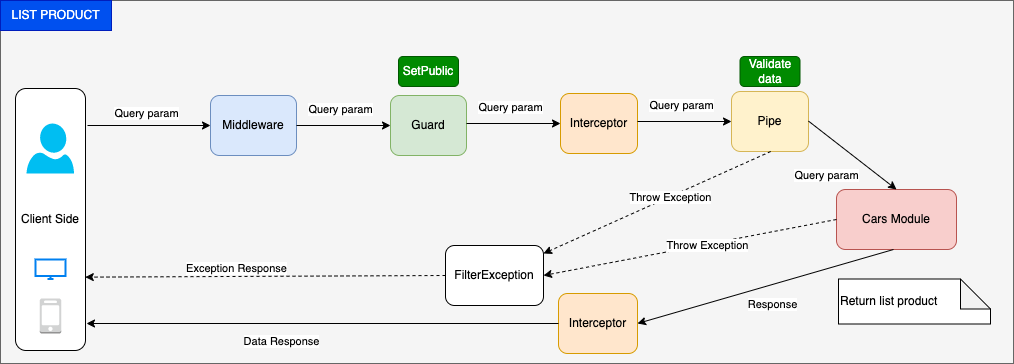
Above: ListProduct.drawio.png in vnbrew/quynd-car-rent-nestjs (draw.io), before the change. Source tidied: cells renumbered, new cells last; positions are measured from the earlier drawing's top-left corner, leaving out a move shared by most shapes. Its diagram source:
```xml
<mxGraphModel shadow="1">
  <root>
    <mxCell id="0" />
    <mxCell id="1" parent="0" />
    <mxCell id="2" style="edgeStyle=none;html=1;exitX=0.5;exitY=1;exitDx=0;exitDy=0;entryX=0.5;entryY=0;entryDx=0;entryDy=0;rounded=1;strokeColor=#FF9999;" parent="1" edge="1">
      <mxGeometry relative="1" as="geometry">
        <mxPoint x="191" as="targetPoint" />
      </mxGeometry>
    </mxCell>
    <mxCell id="3" style="whiteSpace=wrap;html=1;align=center;newEdgeStyle={&quot;edgeStyle&quot;:&quot;elbowEdgeStyle&quot;,&quot;startArrow&quot;:&quot;none&quot;,&quot;endArrow&quot;:&quot;none&quot;};fillColor=#f5f5f5;fontColor=#333333;strokeColor=#666666;" parent="1" vertex="1">
      <mxGeometry y="1" width="1013" height="363" as="geometry" />
    </mxCell>
    <mxCell id="4" value="Client Side" style="rounded=1;whiteSpace=wrap;html=1;" parent="1" vertex="1">
      <mxGeometry x="15" y="89" width="70" height="262" as="geometry" />
    </mxCell>
    <mxCell id="5" value="Query param" style="endArrow=classic;html=1;rounded=0;entryX=0;entryY=0.5;entryDx=0;entryDy=0;" parent="1" edge="1" target="6">
      <mxGeometry x="-0.04" y="12" relative="1" as="geometry">
        <mxPoint x="87" y="126" as="sourcePoint" />
      </mxGeometry>
    </mxCell>
    <mxCell id="6" value="Middleware" style="rounded=1;whiteSpace=wrap;html=1;fillColor=#dae8fc;strokeColor=#6c8ebf;" parent="1" vertex="1">
      <mxGeometry x="210" y="96" width="86" height="60" as="geometry" />
    </mxCell>
    <mxCell id="7" value="Guard" style="rounded=1;whiteSpace=wrap;html=1;fillColor=#d5e8d4;strokeColor=#82b366;" parent="1" vertex="1">
      <mxGeometry x="390" y="96" width="76" height="60" as="geometry" />
    </mxCell>
    <mxCell id="8" value="Query param" style="endArrow=classic;html=1;rounded=0;exitX=1;exitY=0.5;exitDx=0;exitDy=0;entryX=0;entryY=0.5;entryDx=0;entryDy=0;" parent="1" edge="1" source="6" target="7">
      <mxGeometry x="-0.06" y="17" relative="1" as="geometry">
        <mxPoint y="1" as="offset" />
      </mxGeometry>
    </mxCell>
    <mxCell id="9" value="Interceptor" style="rounded=1;whiteSpace=wrap;html=1;fillColor=#ffe6cc;strokeColor=#d79b00;" parent="1" vertex="1">
      <mxGeometry x="560" y="94" width="77" height="60" as="geometry" />
    </mxCell>
    <mxCell id="10" value="Query param" style="endArrow=classic;html=1;rounded=0;exitX=1;exitY=0.5;exitDx=0;exitDy=0;entryX=0;entryY=0.5;entryDx=0;entryDy=0;" parent="1" edge="1" target="9">
      <mxGeometry x="-0.06" y="17" relative="1" as="geometry">
        <mxPoint x="466" y="124" as="sourcePoint" />
        <mxPoint y="1" as="offset" />
      </mxGeometry>
    </mxCell>
    <mxCell id="11" value="Pipe" style="rounded=1;whiteSpace=wrap;html=1;fillColor=#fff2cc;strokeColor=#d6b656;" parent="1" vertex="1">
      <mxGeometry x="731" y="92" width="77" height="60" as="geometry" />
    </mxCell>
    <mxCell id="12" value="Query param" style="endArrow=classic;html=1;rounded=0;exitX=1;exitY=0.5;exitDx=0;exitDy=0;entryX=0;entryY=0.5;entryDx=0;entryDy=0;" parent="1" edge="1" target="11">
      <mxGeometry x="-0.06" y="17" relative="1" as="geometry">
        <mxPoint x="637" y="122" as="sourcePoint" />
        <mxPoint y="1" as="offset" />
      </mxGeometry>
    </mxCell>
    <mxCell id="13" value="Cars Module" style="rounded=1;whiteSpace=wrap;html=1;fillColor=#f8cecc;strokeColor=#b85450;" parent="1" vertex="1">
      <mxGeometry x="836" y="190" width="120" height="60" as="geometry" />
    </mxCell>
    <mxCell id="14" value="Interceptor" style="rounded=1;whiteSpace=wrap;html=1;fillColor=#ffe6cc;strokeColor=#d79b00;" parent="1" vertex="1">
      <mxGeometry x="558" y="294" width="79" height="60" as="geometry" />
    </mxCell>
    <mxCell id="15" value="Query param" style="endArrow=classic;html=1;rounded=0;exitX=1;exitY=0.5;exitDx=0;exitDy=0;entryX=0.5;entryY=0;entryDx=0;entryDy=0;" parent="1" edge="1" target="13">
      <mxGeometry x="-0.15" y="-32" relative="1" as="geometry">
        <mxPoint x="808" y="121.6" as="sourcePoint" />
      </mxGeometry>
    </mxCell>
    <mxCell id="16" value="Response" style="endArrow=classic;html=1;rounded=0;exitX=1;exitY=0.5;exitDx=0;exitDy=0;entryX=1;entryY=0.5;entryDx=0;entryDy=0;" parent="1" edge="1" target="14">
      <mxGeometry x="-0.02" y="19" relative="1" as="geometry">
        <mxPoint x="893" y="250" as="sourcePoint" />
      </mxGeometry>
    </mxCell>
    <mxCell id="17" value="FilterException" style="rounded=1;whiteSpace=wrap;html=1;" parent="1" vertex="1">
      <mxGeometry x="445" y="246" width="98" height="60" as="geometry" />
    </mxCell>
    <mxCell id="18" value="Data Response" style="endArrow=classic;html=1;rounded=0;exitX=0;exitY=0.5;exitDx=0;exitDy=0;" parent="1" edge="1" source="14">
      <mxGeometry x="0.17" y="18" relative="1" as="geometry">
        <mxPoint x="86" y="324" as="targetPoint" />
      </mxGeometry>
    </mxCell>
    <mxCell id="19" value="Exception Response" style="endArrow=classic;html=1;rounded=0;dashed=1;exitX=0;exitY=0.5;exitDx=0;exitDy=0;entryX=0.997;entryY=0.72;entryDx=0;entryDy=0;entryPerimeter=0;" parent="1" edge="1" source="17" target="4">
      <mxGeometry x="0.16" y="-8" relative="1" as="geometry" />
    </mxCell>
    <mxCell id="20" value="Throw Exception" style="endArrow=classic;html=1;rounded=0;dashed=1;exitX=0.5;exitY=1;exitDx=0;exitDy=0;" parent="1" edge="1" target="17">
      <mxGeometry x="-0.11" y="1" relative="1" as="geometry">
        <mxPoint x="770.2" y="152" as="sourcePoint" />
      </mxGeometry>
    </mxCell>
    <mxCell id="21" value="Throw Exception" style="endArrow=classic;html=1;rounded=0;dashed=1;exitX=0;exitY=0.5;exitDx=0;exitDy=0;entryX=1;entryY=0.5;entryDx=0;entryDy=0;" parent="1" edge="1" source="13" target="17">
      <mxGeometry x="-0.11" y="1" relative="1" as="geometry" />
    </mxCell>
    <mxCell id="22" style="verticalLabelPosition=bottom;html=1;verticalAlign=top;align=center;strokeColor=none;fillColor=#00BEF2;shape=mxgraph.azure.user;" parent="1" vertex="1">
      <mxGeometry x="26" y="124" width="47.5" height="50" as="geometry" />
    </mxCell>
    <mxCell id="23" style="html=1;verticalLabelPosition=bottom;align=center;labelBackgroundColor=#ffffff;verticalAlign=top;strokeWidth=2;strokeColor=#0080F0;shadow=0;dashed=0;shape=mxgraph.ios7.icons.monitor;" parent="1" vertex="1">
      <mxGeometry x="35" y="260" width="30" height="19.5" as="geometry" />
    </mxCell>
    <mxCell id="24" style="dashed=0;verticalLabelPosition=bottom;verticalAlign=top;align=center;html=1;shape=mxgraph.aws3.mobile_client;fillColor=#D2D3D3;gradientColor=none;" parent="1" vertex="1">
      <mxGeometry x="39.2" y="299" width="21.5" height="35" as="geometry" />
    </mxCell>
    <mxCell id="25" value="SetPublic" style="text;html=1;align=center;verticalAlign=middle;whiteSpace=wrap;rounded=1;fillColor=#008a00;fontColor=#ffffff;strokeColor=#005700;" parent="1" vertex="1">
      <mxGeometry x="398" y="57" width="60" height="30" as="geometry" />
    </mxCell>
    <mxCell id="26" value="LIST PRODUCT" style="text;html=1;strokeColor=#001DBC;fillColor=#0050ef;align=center;verticalAlign=middle;whiteSpace=wrap;rounded=0;fontColor=#ffffff;" parent="1" vertex="1">
      <mxGeometry y="1" width="111" height="30" as="geometry" />
    </mxCell>
    <mxCell id="27" value="Validate data" style="text;html=1;strokeColor=#005700;fillColor=#008a00;align=center;verticalAlign=middle;whiteSpace=wrap;rounded=1;fontColor=#ffffff;" parent="1" vertex="1">
      <mxGeometry x="739.5" y="57" width="60" height="30" as="geometry" />
    </mxCell>
    <mxCell id="28" value="Return list product" style="shape=note;whiteSpace=wrap;html=1;backgroundOutline=1;darkOpacity=0.05;align=left;" parent="1" vertex="1">
      <mxGeometry x="838" y="279.5" width="152" height="45" as="geometry" />
    </mxCell>
  </root>
</mxGraphModel>
```
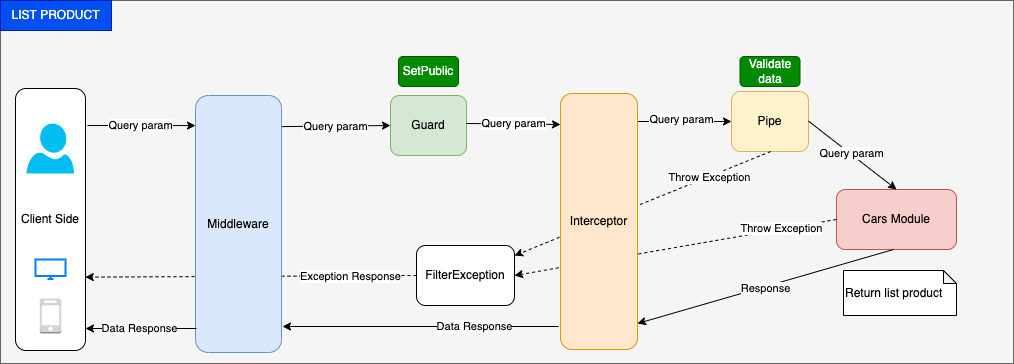
Above is the later version.

The edit, as a diff of the source:
```diff
@@ -13,74 +13,66 @@
     <mxCell id="4" value="Client Side" style="rounded=1;whiteSpace=wrap;html=1;" parent="1" vertex="1">
       <mxGeometry x="15" y="89" width="70" height="262" as="geometry" />
     </mxCell>
-    <mxCell id="5" value="Query param" style="endArrow=classic;html=1;rounded=0;entryX=0;entryY=0.5;entryDx=0;entryDy=0;" parent="1" edge="1" target="6">
-      <mxGeometry x="-0.04" y="12" relative="1" as="geometry">
+    <mxCell id="5" value="Query param" style="endArrow=classic;html=1;rounded=0;entryX=0;entryY=0.117;entryDx=0;entryDy=0;entryPerimeter=0;" parent="1" edge="1" target="6">
+      <mxGeometry x="-0.02" relative="1" as="geometry">
         <mxPoint x="87" y="126" as="sourcePoint" />
       </mxGeometry>
     </mxCell>
-    <mxCell id="6" value="Middleware" style="rounded=1;whiteSpace=wrap;html=1;fillColor=#dae8fc;strokeColor=#6c8ebf;" parent="1" vertex="1">
-      <mxGeometry x="210" y="96" width="86" height="60" as="geometry" />
-    </mxCell>
     <mxCell id="7" value="Guard" style="rounded=1;whiteSpace=wrap;html=1;fillColor=#d5e8d4;strokeColor=#82b366;" parent="1" vertex="1">
       <mxGeometry x="390" y="96" width="76" height="60" as="geometry" />
     </mxCell>
-    <mxCell id="8" value="Query param" style="endArrow=classic;html=1;rounded=0;exitX=1;exitY=0.5;exitDx=0;exitDy=0;entryX=0;entryY=0.5;entryDx=0;entryDy=0;" parent="1" edge="1" source="6" target="7">
-      <mxGeometry x="-0.06" y="17" relative="1" as="geometry">
-        <mxPoint y="1" as="offset" />
-      </mxGeometry>
+    <mxCell id="8" value="Query param" style="endArrow=classic;html=1;rounded=0;exitX=1;exitY=0.121;exitDx=0;exitDy=0;entryX=0;entryY=0.5;entryDx=0;entryDy=0;exitPerimeter=0;" parent="1" edge="1" source="6" target="7">
+      <mxGeometry x="-0.01" relative="1" as="geometry" />
     </mxCell>
-    <mxCell id="9" value="Interceptor" style="rounded=1;whiteSpace=wrap;html=1;fillColor=#ffe6cc;strokeColor=#d79b00;" parent="1" vertex="1">
-      <mxGeometry x="560" y="94" width="77" height="60" as="geometry" />
-    </mxCell>
-    <mxCell id="10" value="Query param" style="endArrow=classic;html=1;rounded=0;exitX=1;exitY=0.5;exitDx=0;exitDy=0;entryX=0;entryY=0.5;entryDx=0;entryDy=0;" parent="1" edge="1" target="9">
-      <mxGeometry x="-0.06" y="17" relative="1" as="geometry">
+    <mxCell id="10" value="Query param" style="endArrow=classic;html=1;rounded=0;exitX=1;exitY=0.5;exitDx=0;exitDy=0;entryX=0;entryY=0.121;entryDx=0;entryDy=0;entryPerimeter=0;" parent="1" edge="1" target="9">
+      <mxGeometry relative="1" as="geometry">
         <mxPoint x="466" y="124" as="sourcePoint" />
-        <mxPoint y="1" as="offset" />
       </mxGeometry>
     </mxCell>
     <mxCell id="11" value="Pipe" style="rounded=1;whiteSpace=wrap;html=1;fillColor=#fff2cc;strokeColor=#d6b656;" parent="1" vertex="1">
       <mxGeometry x="731" y="92" width="77" height="60" as="geometry" />
     </mxCell>
     <mxCell id="12" value="Query param" style="endArrow=classic;html=1;rounded=0;exitX=1;exitY=0.5;exitDx=0;exitDy=0;entryX=0;entryY=0.5;entryDx=0;entryDy=0;" parent="1" edge="1" target="11">
-      <mxGeometry x="-0.06" y="17" relative="1" as="geometry">
+      <mxGeometry x="-0.06" y="2" relative="1" as="geometry">
         <mxPoint x="637" y="122" as="sourcePoint" />
-        <mxPoint y="1" as="offset" />
+        <Array as="points">
+          <mxPoint x="681" y="122" />
+        </Array>
       </mxGeometry>
     </mxCell>
     <mxCell id="13" value="Cars Module" style="rounded=1;whiteSpace=wrap;html=1;fillColor=#f8cecc;strokeColor=#b85450;" parent="1" vertex="1">
       <mxGeometry x="836" y="190" width="120" height="60" as="geometry" />
     </mxCell>
-    <mxCell id="14" value="Interceptor" style="rounded=1;whiteSpace=wrap;html=1;fillColor=#ffe6cc;strokeColor=#d79b00;" parent="1" vertex="1">
-      <mxGeometry x="558" y="294" width="79" height="60" as="geometry" />
-    </mxCell>
     <mxCell id="15" value="Query param" style="endArrow=classic;html=1;rounded=0;exitX=1;exitY=0.5;exitDx=0;exitDy=0;entryX=0.5;entryY=0;entryDx=0;entryDy=0;" parent="1" edge="1" target="13">
-      <mxGeometry x="-0.15" y="-32" relative="1" as="geometry">
+      <mxGeometry x="-0.03" y="1" relative="1" as="geometry">
         <mxPoint x="808" y="121.6" as="sourcePoint" />
       </mxGeometry>
     </mxCell>
-    <mxCell id="16" value="Response" style="endArrow=classic;html=1;rounded=0;exitX=1;exitY=0.5;exitDx=0;exitDy=0;entryX=1;entryY=0.5;entryDx=0;entryDy=0;" parent="1" edge="1" target="14">
-      <mxGeometry x="-0.02" y="19" relative="1" as="geometry">
+    <mxCell id="16" value="Response" style="endArrow=classic;html=1;rounded=0;exitX=1;exitY=0.5;exitDx=0;exitDy=0;entryX=1;entryY=0.5;entryDx=0;entryDy=0;" parent="1" edge="1">
+      <mxGeometry y="2" relative="1" as="geometry">
         <mxPoint x="893" y="250" as="sourcePoint" />
+        <mxPoint x="637" y="324" as="targetPoint" />
       </mxGeometry>
     </mxCell>
     <mxCell id="17" value="FilterException" style="rounded=1;whiteSpace=wrap;html=1;" parent="1" vertex="1">
-      <mxGeometry x="445" y="246" width="98" height="60" as="geometry" />
+      <mxGeometry x="416" y="246" width="98" height="60" as="geometry" />
     </mxCell>
-    <mxCell id="18" value="Data Response" style="endArrow=classic;html=1;rounded=0;exitX=0;exitY=0.5;exitDx=0;exitDy=0;" parent="1" edge="1" source="14">
-      <mxGeometry x="0.17" y="18" relative="1" as="geometry">
-        <mxPoint x="86" y="324" as="targetPoint" />
+    <mxCell id="18" value="Data Response" style="endArrow=classic;html=1;rounded=0;" parent="1" edge="1">
+      <mxGeometry x="-0.39" relative="1" as="geometry">
+        <mxPoint x="558" y="327" as="sourcePoint" />
+        <mxPoint x="282" y="327" as="targetPoint" />
       </mxGeometry>
     </mxCell>
     <mxCell id="19" value="Exception Response" style="endArrow=classic;html=1;rounded=0;dashed=1;exitX=0;exitY=0.5;exitDx=0;exitDy=0;entryX=0.997;entryY=0.72;entryDx=0;entryDy=0;entryPerimeter=0;" parent="1" edge="1" source="17" target="4">
-      <mxGeometry x="0.16" y="-8" relative="1" as="geometry" />
+      <mxGeometry x="-0.6" y="1" relative="1" as="geometry" />
     </mxCell>
     <mxCell id="20" value="Throw Exception" style="endArrow=classic;html=1;rounded=0;dashed=1;exitX=0.5;exitY=1;exitDx=0;exitDy=0;" parent="1" edge="1" target="17">
-      <mxGeometry x="-0.11" y="1" relative="1" as="geometry">
+      <mxGeometry x="-0.52" y="1" relative="1" as="geometry">
         <mxPoint x="770.2" y="152" as="sourcePoint" />
       </mxGeometry>
     </mxCell>
     <mxCell id="21" value="Throw Exception" style="endArrow=classic;html=1;rounded=0;dashed=1;exitX=0;exitY=0.5;exitDx=0;exitDy=0;entryX=1;entryY=0.5;entryDx=0;entryDy=0;" parent="1" edge="1" source="13" target="17">
-      <mxGeometry x="-0.11" y="1" relative="1" as="geometry" />
+      <mxGeometry x="-0.66" y="-1" relative="1" as="geometry" />
     </mxCell>
     <mxCell id="22" style="verticalLabelPosition=bottom;html=1;verticalAlign=top;align=center;strokeColor=none;fillColor=#00BEF2;shape=mxgraph.azure.user;" parent="1" vertex="1">
       <mxGeometry x="26" y="124" width="47.5" height="50" as="geometry" />
@@ -100,8 +92,23 @@
     <mxCell id="27" value="Validate data" style="text;html=1;strokeColor=#005700;fillColor=#008a00;align=center;verticalAlign=middle;whiteSpace=wrap;rounded=1;fontColor=#ffffff;" parent="1" vertex="1">
       <mxGeometry x="739.5" y="57" width="60" height="30" as="geometry" />
     </mxCell>
-    <mxCell id="28" value="Return list product" style="shape=note;whiteSpace=wrap;html=1;backgroundOutline=1;darkOpacity=0.05;align=left;" parent="1" vertex="1">
-      <mxGeometry x="838" y="279.5" width="152" height="45" as="geometry" />
+    <mxCell id="28" value="Return list product" style="shape=note;whiteSpace=wrap;html=1;backgroundOutline=1;darkOpacity=0.05;align=left;size=13;" parent="1" vertex="1">
+      <mxGeometry x="843" y="271" width="113" height="45" as="geometry" />
     </mxCell>
+    <mxCell id="6" value="Middleware" style="rounded=1;whiteSpace=wrap;html=1;fillColor=#dae8fc;strokeColor=#6c8ebf;" parent="1" vertex="1">
+      <mxGeometry x="195" y="96" width="86" height="257" as="geometry" />
+    </mxCell>
+    <mxCell id="9" value="Interceptor" style="rounded=1;whiteSpace=wrap;html=1;fillColor=#ffe6cc;strokeColor=#d79b00;" parent="1" vertex="1">
+      <mxGeometry x="560" y="94" width="77" height="256" as="geometry" />
+    </mxCell>
+    <mxCell id="29" value="Data Response" style="endArrow=classic;html=1;rounded=0;" parent="1" edge="1">
+      <mxGeometry x="0.03" relative="1" as="geometry">
+        <mxPoint x="196" y="329" as="sourcePoint" />
+        <mxPoint x="85" y="329" as="targetPoint" />
+        <Array as="points">
+          <mxPoint x="139" y="329" />
+        </Array>
+      </mxGeometry>
+    </mxCell>
   </root>
 </mxGraphModel>
```
